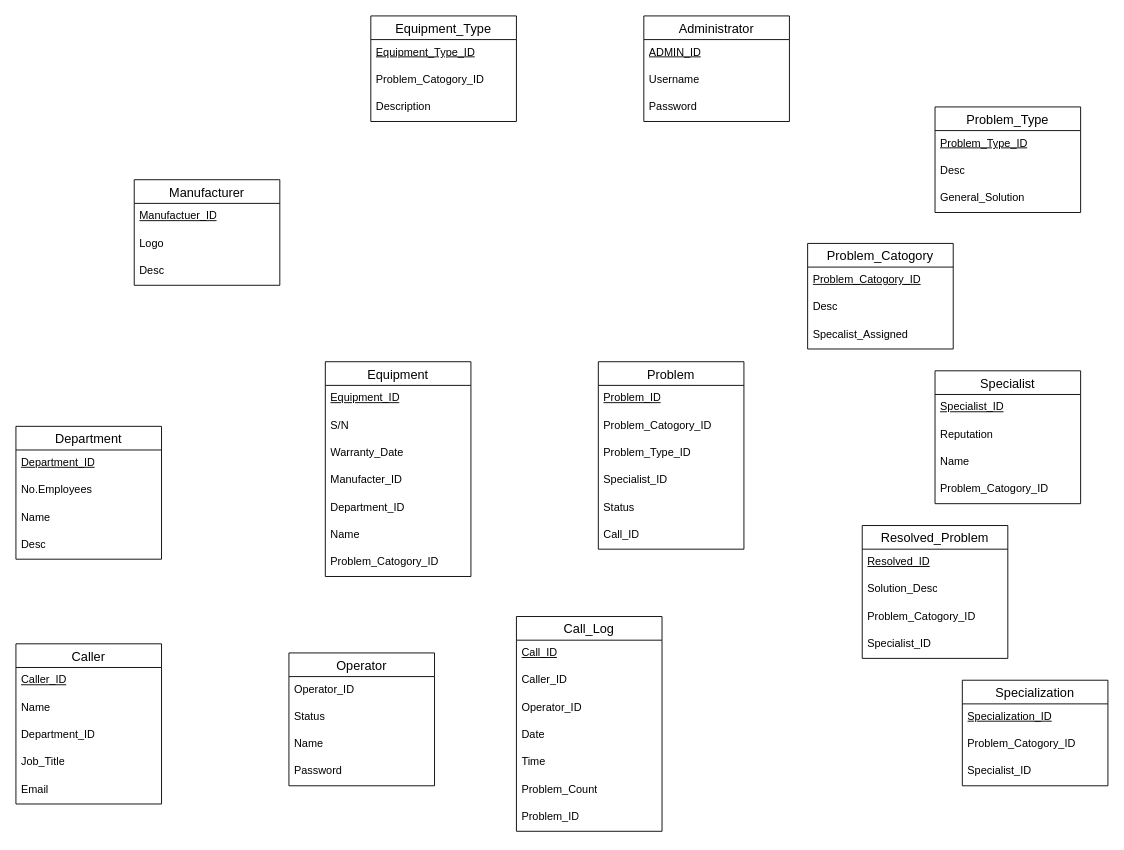
Before: EX2.drawio in rpviana/Diagramas, a draw.io diagram. Source tidied: cells renumbered, new cells numbered last; positions are measured from the earlier drawing's top-left corner, leaving out a move shared by most shapes. Both pictures are drawn from the tidied source at 91%, with x=0, y=0 at pixel (15, 15).
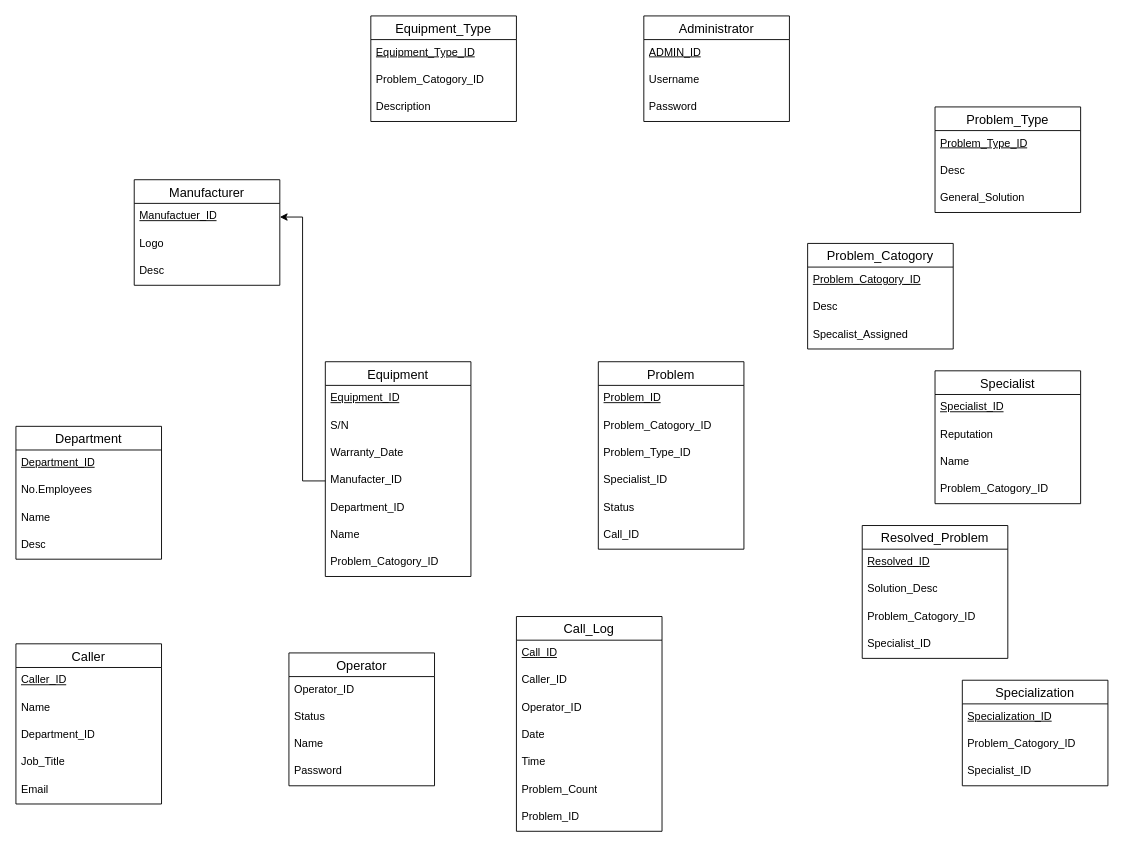
After the change.

Unchanged cells that the change refers to:
```xml
<mxCell id="7" value="Manufactuer_ID" style="text;strokeColor=none;fillColor=none;spacingLeft=4;spacingRight=4;overflow=hidden;points=[[0,0.5],[1,0.5]];portConstraint=eastwest;fontSize=12;whiteSpace=wrap;html=1;fontStyle=4;" parent="6" vertex="1">
  <mxGeometry y="26" width="160" height="30" as="geometry" />
</mxCell>
<mxCell id="19" value="Manufacter_ID" style="text;strokeColor=none;fillColor=none;spacingLeft=4;spacingRight=4;overflow=hidden;points=[[0,0.5],[1,0.5]];portConstraint=eastwest;fontSize=12;whiteSpace=wrap;html=1;" parent="15" vertex="1">
  <mxGeometry y="116" width="160" height="30" as="geometry" />
</mxCell>
```

What changed in the source:
```diff
@@
+    <mxCell id="75" style="edgeStyle=orthogonalEdgeStyle;rounded=0;jettySize=auto;html=1;exitX=0;exitY=0.5;exitDx=0;exitDy=0;entryX=1;entryY=0.5;entryDx=0;entryDy=0;" parent="1" edge="1" source="19" target="7">
+      <mxGeometry relative="1" as="geometry" />
+    </mxCell>
```
